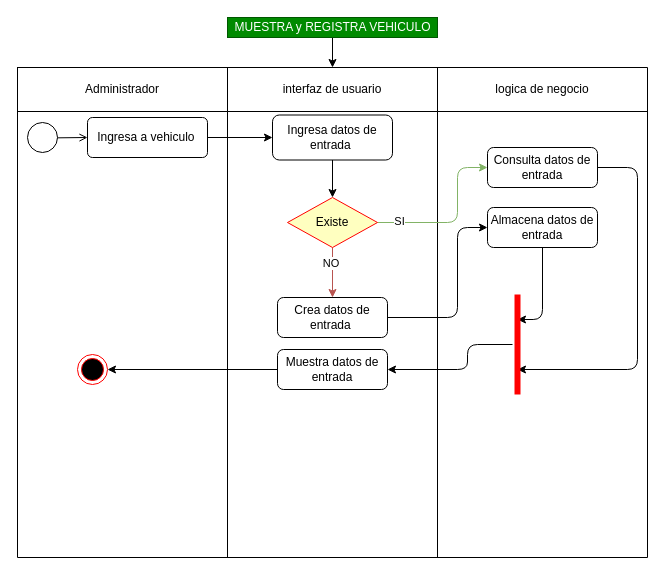
DavidArtavia/Activity_Diagram- keeps this draw.io diagram as Diagramas_Actividad/DAA.15.1.drawio. Above is the earlier version. Source tidied: cells renumbered, new cells numbered last; positions are measured from the earlier drawing's top-left corner, leaving out a move shared by most shapes. Both pictures are drawn from the tidied source at 100%, with x=0, y=0 at pixel (17, 17).
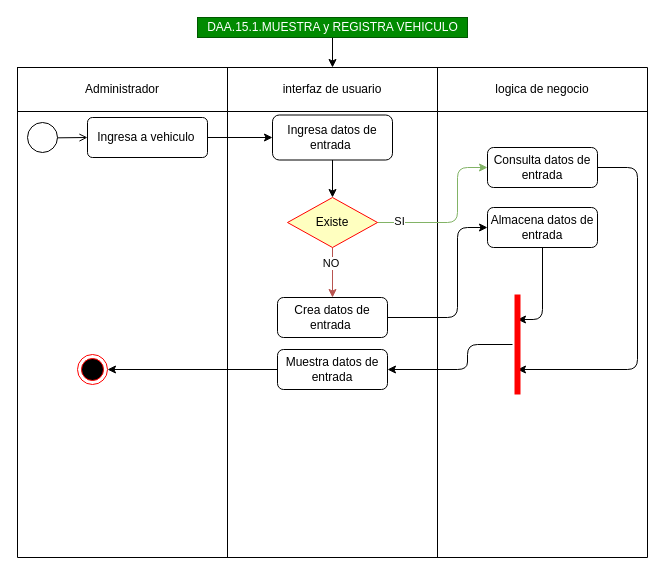
The same diagram, later.

What changed in the source:
```diff
@@
-    <mxCell id="19" value="MUESTRA y REGISTRA VEHICULO" style="text;html=1;align=center;verticalAlign=middle;points=[];rounded=0;fillColor=#008a00;fontColor=#ffffff;strokeColor=#005700;" parent="1" vertex="1">
-      <mxGeometry x="210" width="210" height="20" as="geometry" />
+    <mxCell id="19" value="DAA.15.1.MUESTRA y REGISTRA VEHICULO" style="text;html=1;align=center;verticalAlign=middle;points=[];rounded=0;fillColor=#008a00;fontColor=#ffffff;strokeColor=#005700;" parent="1" vertex="1">
+      <mxGeometry x="180" width="270" height="20" as="geometry" />
     </mxCell>
```
